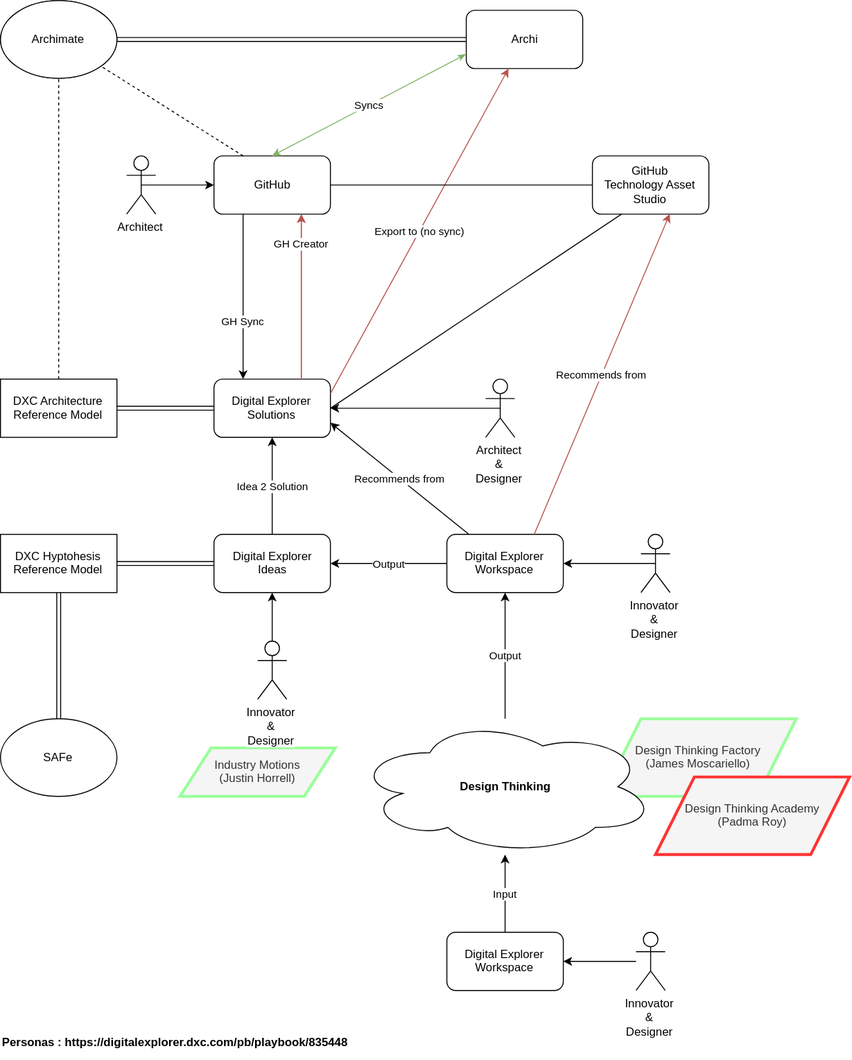
Before: internalContent/Flows/ArchitecturalFlows.svg, a diagram exported from draw.io (EnglishSid/DigitalExplorerSpecs). Source tidied: cells renumbered, new cells last; positions are measured from the earlier drawing's top-left corner, leaving out a move shared by most shapes.
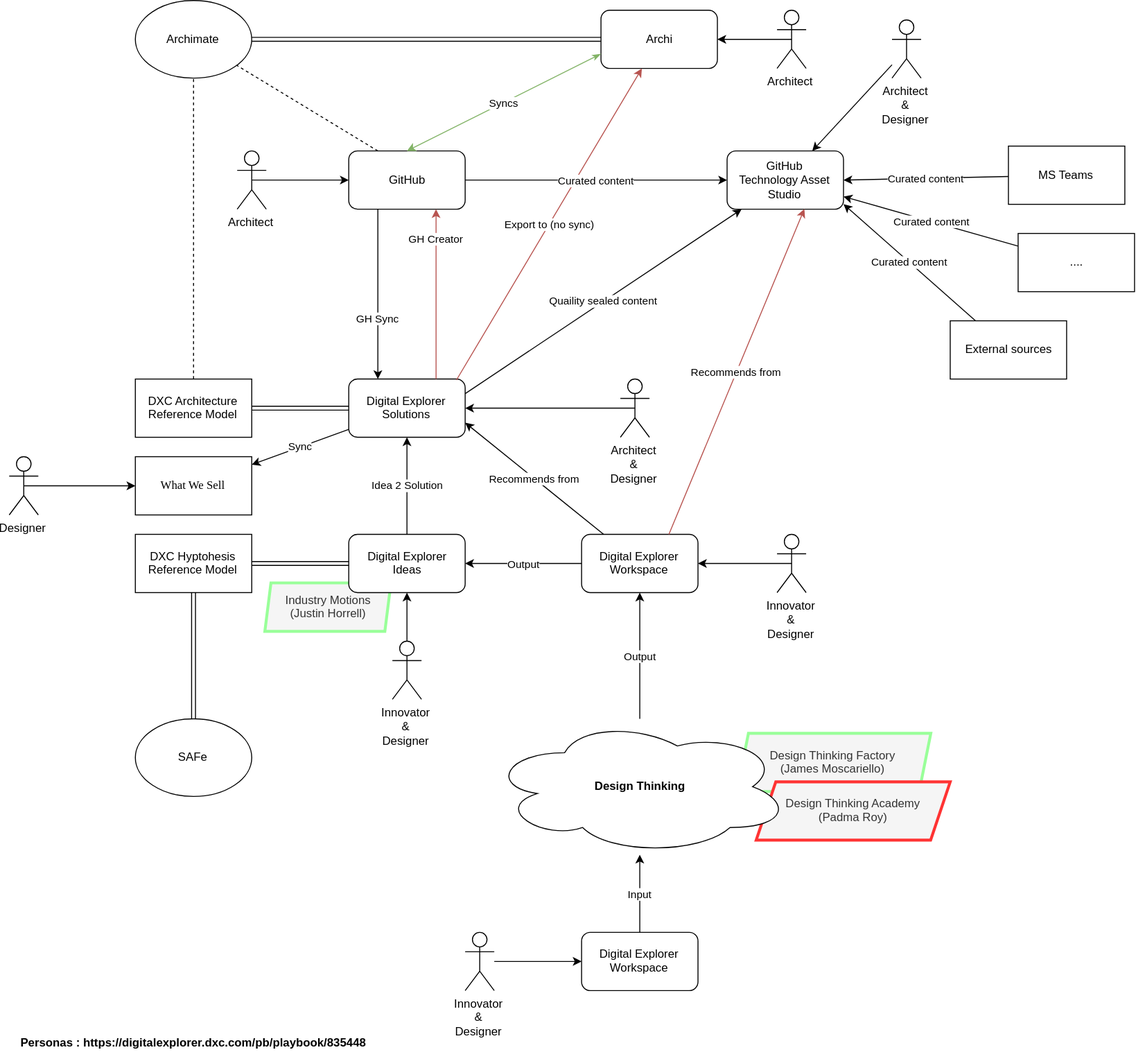
After the change.

What changed in the source:
```diff
@@ -2,21 +2,21 @@
   <root>
     <mxCell id="0" />
     <mxCell id="1" value="Programs" parent="0" />
-    <mxCell id="2" value="Design Thinking Factory &lt;br&gt;(James&amp;nbsp;Moscariello)" style="shape=parallelogram;perimeter=parallelogramPerimeter;whiteSpace=wrap;html=1;fillColor=#f5f5f5;strokeColor=#99FF99;fontColor=#333333;strokeWidth=3;" parent="1" vertex="1">
-      <mxGeometry x="620" y="740" width="200" height="80" as="geometry" />
+    <mxCell id="2" value="Design Thinking Factory &lt;br&gt;(James&amp;nbsp;Moscariello)" style="shape=parallelogram;perimeter=parallelogramPerimeter;whiteSpace=wrap;html=1;fillColor=#f5f5f5;strokeColor=#99FF99;fontColor=#333333;strokeWidth=3;size=0.05999999999999924;" parent="1" vertex="1">
+      <mxGeometry x="620" y="755" width="200" height="60" as="geometry" />
     </mxCell>
-    <mxCell id="3" value="Design Thinking Academy&lt;br&gt;(Padma Roy)" style="shape=parallelogram;perimeter=parallelogramPerimeter;whiteSpace=wrap;html=1;fillColor=#f5f5f5;strokeColor=#FF3333;fontColor=#333333;strokeWidth=3;" parent="1" vertex="1">
-      <mxGeometry x="675" y="800" width="200" height="80" as="geometry" />
+    <mxCell id="3" value="Design Thinking Academy&lt;br&gt;(Padma Roy)" style="shape=parallelogram;perimeter=parallelogramPerimeter;whiteSpace=wrap;html=1;fillColor=#f5f5f5;strokeColor=#FF3333;fontColor=#333333;strokeWidth=3;size=0.10095238095237997;" parent="1" vertex="1">
+      <mxGeometry x="640" y="805" width="200" height="60" as="geometry" />
     </mxCell>
-    <mxCell id="4" value="Industry Motions&lt;br&gt;(Justin Horrell)" style="shape=parallelogram;perimeter=parallelogramPerimeter;whiteSpace=wrap;html=1;fillColor=#f5f5f5;strokeColor=#99FF99;fontColor=#333333;strokeWidth=3;" parent="1" vertex="1">
-      <mxGeometry x="185" y="770" width="160" height="50" as="geometry" />
+    <mxCell id="4" value="Industry Motions&lt;br&gt;(Justin Horrell)" style="shape=parallelogram;perimeter=parallelogramPerimeter;whiteSpace=wrap;html=1;fillColor=#f5f5f5;strokeColor=#99FF99;fontColor=#333333;strokeWidth=3;size=0.04835164835164844;" parent="1" vertex="1">
+      <mxGeometry x="133.5" y="600" width="130" height="50" as="geometry" />
     </mxCell>
-    <mxCell id="5" value="Personas : https://digitalexplorer.dxc.com/pb/playbook/835448" style="text;html=1;fontStyle=1;" parent="1" vertex="1">
-      <mxGeometry y="1060" width="400" height="30" as="geometry" />
-    </mxCell>
     <mxCell id="6" parent="0" />
+    <mxCell id="50" value="...." style="rounded=0;whiteSpace=wrap;html=1;" parent="6" vertex="1">
+      <mxGeometry x="910" y="240" width="120" height="60" as="geometry" />
+    </mxCell>
     <mxCell id="7" value="GitHub" style="rounded=1;whiteSpace=wrap;html=1;" parent="6" vertex="1">
-      <mxGeometry x="220" y="160" width="120" height="60" as="geometry" />
+      <mxGeometry x="220" y="155" width="120" height="60" as="geometry" />
     </mxCell>
     <mxCell id="8" value="Digital Explorer Solutions" style="rounded=1;whiteSpace=wrap;html=1;" parent="6" vertex="1">
       <mxGeometry x="220" y="390" width="120" height="60" as="geometry" />
@@ -60,7 +60,7 @@
     <mxCell id="21" style="shape=link;html=1;" parent="6" edge="1" source="16" target="18">
       <mxGeometry relative="1" as="geometry" />
     </mxCell>
-    <mxCell id="22" value="Export to (no sync)" style="endArrow=classic;html=1;exitX=1;exitY=0.25;exitDx=0;exitDy=0;fillColor=#f8cecc;strokeColor=#b85450;" parent="6" edge="1" source="8" target="9">
+    <mxCell id="22" value="Export to (no sync)" style="endArrow=classic;html=1;exitX=0.925;exitY=0.017;exitDx=0;exitDy=0;fillColor=#f8cecc;strokeColor=#b85450;exitPerimeter=0;" parent="6" edge="1" source="8" target="9">
       <mxGeometry relative="1" as="geometry" />
     </mxCell>
     <mxCell id="23" value="Syncs" style="endArrow=classicThin;html=1;exitX=0.5;exitY=0;exitDx=0;exitDy=0;entryX=0;entryY=0.75;entryDx=0;entryDy=0;endFill=1;startArrow=classic;startFill=1;fillColor=#d5e8d4;strokeColor=#82b366;" parent="6" edge="1" source="7" target="9">
@@ -88,12 +88,12 @@
       <mxGeometry x="365" y="740" width="310" height="140" as="geometry" />
     </mxCell>
     <mxCell id="31" value="GitHub&lt;br&gt;Technology Asset Studio" style="rounded=1;whiteSpace=wrap;html=1;" parent="6" vertex="1">
-      <mxGeometry x="610" y="160" width="120" height="60" as="geometry" />
+      <mxGeometry x="610" y="155" width="120" height="60" as="geometry" />
     </mxCell>
-    <mxCell id="32" style="endArrow=none;html=1;exitX=1;exitY=0.5;exitDx=0;exitDy=0;entryX=0.25;entryY=1;entryDx=0;entryDy=0;" parent="6" edge="1" source="8" target="31">
+    <mxCell id="32" value="Quaility sealed content" style="endArrow=classic;html=1;exitX=1;exitY=0.25;exitDx=0;exitDy=0;endFill=1;startArrow=none;startFill=0;" parent="6" edge="1" source="8" target="31">
       <mxGeometry relative="1" as="geometry" />
     </mxCell>
-    <mxCell id="33" style="endArrow=none;html=1;exitX=0;exitY=0.5;exitDx=0;exitDy=0;entryX=1;entryY=0.5;entryDx=0;entryDy=0;" parent="6" edge="1" source="31" target="7">
+    <mxCell id="33" value="Curated content" style="endArrow=none;html=1;exitX=0;exitY=0.5;exitDx=0;exitDy=0;entryX=1;entryY=0.5;entryDx=0;entryDy=0;startArrow=classic;startFill=1;endFill=0;" parent="6" edge="1" source="31" target="7">
       <mxGeometry relative="1" as="geometry" />
     </mxCell>
     <mxCell id="34" value="Recommends from" style="endArrow=classic;html=1;entryX=0.664;entryY=0.996;entryDx=0;entryDy=0;exitX=0.75;exitY=0;exitDx=0;exitDy=0;entryPerimeter=0;fillColor=#f8cecc;strokeColor=#b85450;" parent="6" edge="1" source="27" target="31">
@@ -102,62 +102,89 @@
     <mxCell id="35" style="endArrow=none;dashed=1;html=1;exitX=0.25;exitY=0;exitDx=0;exitDy=0;" parent="6" edge="1" source="7" target="12">
       <mxGeometry relative="1" as="geometry" />
     </mxCell>
+    <mxCell id="37" value="GH Sync" style="endArrow=classic;html=1;exitX=0.25;exitY=1;exitDx=0;exitDy=0;" parent="6" edge="1" source="7">
+      <mxGeometry x="0.29" relative="1" as="geometry">
+        <mxPoint x="250" y="390" as="targetPoint" />
+      </mxGeometry>
+    </mxCell>
+    <mxCell id="51" value="MS Teams" style="rounded=0;whiteSpace=wrap;html=1;" parent="6" vertex="1">
+      <mxGeometry x="900" y="150" width="120" height="60" as="geometry" />
+    </mxCell>
+    <mxCell id="52" value="External sources" style="rounded=0;whiteSpace=wrap;html=1;" parent="6" vertex="1">
+      <mxGeometry x="840" y="330" width="120" height="60" as="geometry" />
+    </mxCell>
+    <mxCell id="53" value="Curated content" style="endArrow=none;html=1;startArrow=classic;startFill=1;endFill=0;exitX=1;exitY=0.5;exitDx=0;exitDy=0;" parent="6" edge="1" source="31" target="51">
+      <mxGeometry relative="1" as="geometry" />
+    </mxCell>
+    <mxCell id="54" value="Curated content" style="endArrow=none;html=1;startArrow=classic;startFill=1;endFill=0;" parent="6" edge="1" target="52">
+      <mxGeometry relative="1" as="geometry">
+        <mxPoint x="730" y="209.8" as="sourcePoint" />
+      </mxGeometry>
+    </mxCell>
+    <mxCell id="55" value="Curated content" style="endArrow=none;html=1;startArrow=classic;startFill=1;endFill=0;" parent="6" edge="1" source="31" target="50">
+      <mxGeometry relative="1" as="geometry" />
+    </mxCell>
+    <mxCell id="56" value="Sync" style="endArrow=classic;html=1;" parent="6" edge="1" source="8" target="57">
+      <mxGeometry relative="1" as="geometry" />
+    </mxCell>
+    <mxCell id="57" value="What We Sell" style="rounded=0;whiteSpace=wrap;html=1;fontFamily=Verdana;" parent="6" vertex="1">
+      <mxGeometry y="470" width="120" height="60" as="geometry" />
+    </mxCell>
     <mxCell id="36" value="Actors" parent="0" />
-    <mxCell id="37" value="GH Sync" style="endArrow=classic;html=1;exitX=0.25;exitY=1;exitDx=0;exitDy=0;entryX=0.25;entryY=0;entryDx=0;entryDy=0;" parent="36" edge="1">
-      <mxGeometry x="0.29" relative="1" as="geometry">
-        <mxPoint x="250" y="220" as="sourcePoint" />
-        <mxPoint x="250" y="390" as="targetPoint" />
-      </mxGeometry>
-    </mxCell>
-    <mxCell id="38" value="Archimate" style="ellipse;whiteSpace=wrap;html=1;" parent="36" vertex="1">
-      <mxGeometry width="120" height="80" as="geometry" />
-    </mxCell>
-    <mxCell id="39" value="GH Creator" style="endArrow=classic;html=1;exitX=0.75;exitY=0;exitDx=0;exitDy=0;entryX=0.75;entryY=1;entryDx=0;entryDy=0;fillColor=#f8cecc;strokeColor=#b85450;" parent="36" edge="1">
-      <mxGeometry x="0.65" relative="1" as="geometry">
-        <mxPoint x="310" y="390" as="sourcePoint" />
-        <mxPoint x="310" y="220" as="targetPoint" />
-      </mxGeometry>
-    </mxCell>
     <mxCell id="40" value="Architect" style="shape=umlActor;verticalLabelPosition=bottom;labelBackgroundColor=#ffffff;verticalAlign=top;html=1;" parent="36" vertex="1">
-      <mxGeometry x="130" y="160" width="30" height="60" as="geometry" />
+      <mxGeometry x="105" y="155" width="30" height="60" as="geometry" />
     </mxCell>
     <mxCell id="41" value="Architect&lt;br&gt;&amp;amp;&lt;br&gt;Designer" style="shape=umlActor;verticalLabelPosition=bottom;labelBackgroundColor=#ffffff;verticalAlign=top;html=1;outlineConnect=0;" parent="36" vertex="1">
       <mxGeometry x="500" y="390" width="30" height="60" as="geometry" />
     </mxCell>
-    <mxCell id="42" style="endArrow=classic;html=1;entryX=0;entryY=0.5;entryDx=0;entryDy=0;exitX=0.5;exitY=0.5;exitDx=0;exitDy=0;exitPerimeter=0;" parent="36" edge="1">
+    <mxCell id="42" style="endArrow=classic;html=1;" parent="36" edge="1" target="7">
       <mxGeometry relative="1" as="geometry">
-        <mxPoint x="145" y="190" as="sourcePoint" />
-        <mxPoint x="220" y="190" as="targetPoint" />
+        <mxPoint x="120" y="185" as="sourcePoint" />
       </mxGeometry>
     </mxCell>
     <mxCell id="43" value="Innovator&lt;br&gt;&amp;amp;&lt;br&gt;Designer" style="shape=umlActor;verticalLabelPosition=bottom;labelBackgroundColor=#ffffff;verticalAlign=top;html=1;outlineConnect=0;" parent="36" vertex="1">
       <mxGeometry x="265" y="660" width="30" height="60" as="geometry" />
     </mxCell>
-    <mxCell id="44" style="endArrow=classic;html=1;entryX=0.5;entryY=1;entryDx=0;entryDy=0;exitX=0.5;exitY=0;exitDx=0;exitDy=0;exitPerimeter=0;" parent="36" edge="1" source="43">
-      <mxGeometry relative="1" as="geometry">
-        <mxPoint x="280" y="610" as="targetPoint" />
-      </mxGeometry>
+    <mxCell id="44" style="endArrow=classic;html=1;exitX=0.5;exitY=0;exitDx=0;exitDy=0;exitPerimeter=0;" parent="36" edge="1" source="43" target="16">
+      <mxGeometry relative="1" as="geometry" />
     </mxCell>
-    <mxCell id="45" style="endArrow=classic;html=1;entryX=1;entryY=0.5;entryDx=0;entryDy=0;exitX=0.5;exitY=0.5;exitDx=0;exitDy=0;exitPerimeter=0;" parent="36" edge="1" source="41">
-      <mxGeometry relative="1" as="geometry">
-        <mxPoint x="340" y="420" as="targetPoint" />
-      </mxGeometry>
+    <mxCell id="45" style="endArrow=classic;html=1;exitX=0.5;exitY=0.5;exitDx=0;exitDy=0;exitPerimeter=0;" parent="36" edge="1" source="41" target="8">
+      <mxGeometry relative="1" as="geometry" />
     </mxCell>
     <mxCell id="46" value="Innovator&lt;br&gt;&amp;amp;&lt;br&gt;Designer" style="shape=umlActor;verticalLabelPosition=bottom;labelBackgroundColor=#ffffff;verticalAlign=top;html=1;outlineConnect=0;" parent="36" vertex="1">
-      <mxGeometry x="655" y="960" width="30" height="60" as="geometry" />
+      <mxGeometry x="340" y="960" width="30" height="60" as="geometry" />
     </mxCell>
     <mxCell id="47" style="endArrow=classic;html=1;" parent="36" edge="1" source="46">
       <mxGeometry relative="1" as="geometry">
-        <mxPoint x="580" y="990" as="targetPoint" />
+        <mxPoint x="460" y="990" as="targetPoint" />
       </mxGeometry>
     </mxCell>
     <mxCell id="48" value="Innovator&lt;br&gt;&amp;amp;&lt;br&gt;Designer" style="shape=umlActor;verticalLabelPosition=bottom;labelBackgroundColor=#ffffff;verticalAlign=top;html=1;outlineConnect=0;" parent="36" vertex="1">
-      <mxGeometry x="660" y="550" width="30" height="60" as="geometry" />
+      <mxGeometry x="661.5" y="550" width="30" height="60" as="geometry" />
     </mxCell>
-    <mxCell id="49" style="endArrow=classic;html=1;exitX=0.5;exitY=0.5;exitDx=0;exitDy=0;exitPerimeter=0;" parent="36" edge="1" source="48">
-      <mxGeometry relative="1" as="geometry">
-        <mxPoint x="580" y="580" as="targetPoint" />
-      </mxGeometry>
+    <mxCell id="49" style="endArrow=classic;html=1;exitX=0.5;exitY=0.5;exitDx=0;exitDy=0;exitPerimeter=0;" parent="36" edge="1" source="48" target="27">
+      <mxGeometry relative="1" as="geometry" />
     </mxCell>
+    <mxCell id="58" value="Architect&lt;br&gt;&amp;amp;&lt;br&gt;Designer" style="shape=umlActor;verticalLabelPosition=bottom;labelBackgroundColor=#ffffff;verticalAlign=top;html=1;outlineConnect=0;" parent="36" vertex="1">
+      <mxGeometry x="780" y="20" width="30" height="60" as="geometry" />
+    </mxCell>
+    <mxCell id="59" style="endArrow=classic;html=1;" parent="36" edge="1" source="58" target="31">
+      <mxGeometry relative="1" as="geometry" />
+    </mxCell>
+    <mxCell id="60" value="Architect" style="shape=umlActor;verticalLabelPosition=bottom;labelBackgroundColor=#ffffff;verticalAlign=top;html=1;outlineConnect=0;" parent="36" vertex="1">
+      <mxGeometry x="661.5" y="10" width="30" height="60" as="geometry" />
+    </mxCell>
+    <mxCell id="61" style="endArrow=classic;html=1;exitX=0.5;exitY=0.5;exitDx=0;exitDy=0;exitPerimeter=0;" parent="36" edge="1" source="60" target="9">
+      <mxGeometry relative="1" as="geometry" />
+    </mxCell>
+    <mxCell id="5" value="Personas : https://digitalexplorer.dxc.com/pb/playbook/835448" style="text;html=1;fontStyle=1;" parent="36" vertex="1">
+      <mxGeometry x="-120" y="1060" width="400" height="30" as="geometry" />
+    </mxCell>
+    <mxCell id="62" value="Designer" style="shape=umlActor;verticalLabelPosition=bottom;labelBackgroundColor=#ffffff;verticalAlign=top;html=1;outlineConnect=0;" parent="36" vertex="1">
+      <mxGeometry x="-130" y="470" width="30" height="60" as="geometry" />
+    </mxCell>
+    <mxCell id="63" style="endArrow=classic;html=1;exitX=0.5;exitY=0.5;exitDx=0;exitDy=0;exitPerimeter=0;" parent="36" edge="1" source="62" target="57">
+      <mxGeometry relative="1" as="geometry" />
+    </mxCell>
   </root>
 </mxGraphModel>
```
